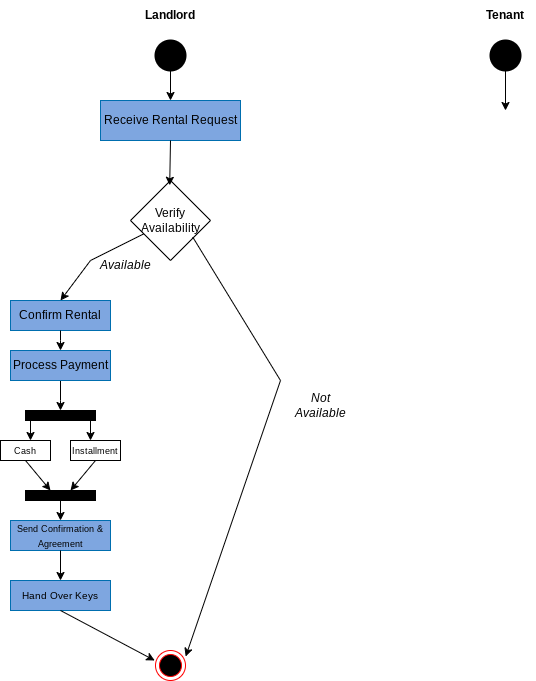
This is Untitled Diagram.drawio.png from ur1el0/CP105-Applications-Dev-Emerging-Techonology, a draw.io export, as it was before one commit. Source tidied: cells renumbered, new cells last; positions are measured from the earlier drawing's top-left corner, leaving out a move shared by most shapes.
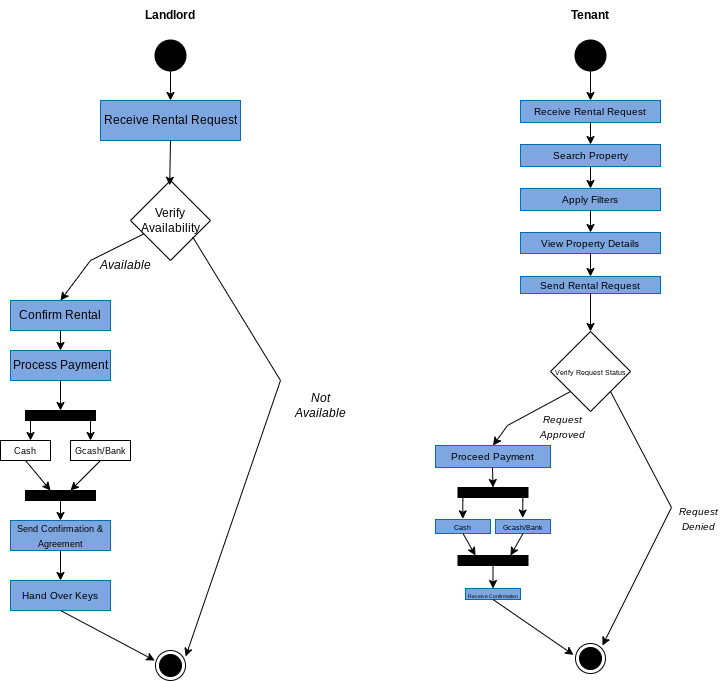
Above is the later version.

Commit message:
Activity Diagram

What changed in the source:
```diff
@@ -8,7 +8,7 @@
     <mxCell id="3" style="group;" parent="1" vertex="1">
       <mxGeometry y="40" width="280" height="640" as="geometry" />
     </mxCell>
-    <mxCell id="4" style="ellipse;html=1;shape=endState;fillColor=#000000;strokeColor=#ff0000;" parent="3" vertex="1">
+    <mxCell id="4" style="ellipse;html=1;shape=endState;fillColor=#000000;strokeColor=#000000;" parent="3" vertex="1">
       <mxGeometry x="155" y="610" width="30" height="30" as="geometry" />
     </mxCell>
     <mxCell id="5" style="strokeWidth=2;html=1;shape=mxgraph.flowchart.start_2;whiteSpace=wrap;fillColor=#000000;" parent="3" vertex="1">
@@ -75,8 +75,8 @@
     <mxCell id="18" value="&lt;font style=&quot;font-size: 9px;&quot;&gt;Cash&lt;/font&gt;" style="rounded=0;whiteSpace=wrap;html=1;" parent="3" vertex="1">
       <mxGeometry y="400" width="50" height="20" as="geometry" />
     </mxCell>
-    <mxCell id="19" value="&lt;font style=&quot;font-size: 9px;&quot;&gt;Installment&lt;/font&gt;" style="rounded=0;whiteSpace=wrap;html=1;" parent="3" vertex="1">
-      <mxGeometry x="70" y="400" width="50" height="20" as="geometry" />
+    <mxCell id="19" value="&lt;font style=&quot;font-size: 9px;&quot;&gt;Gcash/Bank&lt;/font&gt;" style="rounded=0;whiteSpace=wrap;html=1;" parent="3" vertex="1">
+      <mxGeometry x="70" y="400" width="60" height="20" as="geometry" />
     </mxCell>
     <mxCell id="20" style="edgeStyle=orthogonalEdgeStyle;rounded=0;orthogonalLoop=1;jettySize=auto;html=1;" parent="3" edge="1">
       <mxGeometry relative="1" as="geometry">
@@ -130,15 +130,119 @@
       <mxGeometry x="290" y="390" width="60" height="30" as="geometry" />
     </mxCell>
     <mxCell id="31" style="strokeWidth=2;html=1;shape=mxgraph.flowchart.start_2;whiteSpace=wrap;fillColor=#000000;" parent="1" vertex="1">
-      <mxGeometry x="490" y="40" width="30" height="30" as="geometry" />
+      <mxGeometry x="575" y="40" width="30" height="30" as="geometry" />
     </mxCell>
     <mxCell id="32" value="&lt;b&gt;Tenant&lt;/b&gt;" style="text;html=1;align=center;verticalAlign=middle;whiteSpace=wrap;rounded=0;" parent="1" vertex="1">
-      <mxGeometry x="475" width="60" height="30" as="geometry" />
+      <mxGeometry x="560" width="60" height="30" as="geometry" />
     </mxCell>
-    <mxCell id="33" style="endArrow=classic;html=1;rounded=0;exitX=0.5;exitY=1;exitDx=0;exitDy=0;exitPerimeter=0;" parent="1" edge="1" source="31">
-      <mxGeometry relative="1" as="geometry">
-        <mxPoint x="505" y="110" as="targetPoint" />
-      </mxGeometry>
+    <mxCell id="33" style="endArrow=classic;html=1;rounded=0;exitX=0.5;exitY=1;exitDx=0;exitDy=0;exitPerimeter=0;entryX=0.5;entryY=0;entryDx=0;entryDy=0;" parent="1" edge="1" source="31" target="34">
+      <mxGeometry relative="1" as="geometry" />
     </mxCell>
+    <mxCell id="34" value="&lt;font style=&quot;color: rgb(0, 0, 0); font-size: 10px;&quot;&gt;Receive Rental Request&lt;/font&gt;" style="rounded=0;whiteSpace=wrap;html=1;fillColor=#7EA6E0;fontColor=#ffffff;strokeColor=#006EAF;" parent="1" vertex="1">
+      <mxGeometry x="520" y="100" width="140" height="22" as="geometry" />
+    </mxCell>
+    <mxCell id="35" style="endArrow=classic;html=1;rounded=0;entryX=0.5;entryY=0;entryDx=0;entryDy=0;exitX=0.5;exitY=1;exitDx=0;exitDy=0;" parent="1" edge="1" source="34" target="37">
+      <mxGeometry relative="1" as="geometry" />
+    </mxCell>
+    <mxCell id="36" style="endArrow=classic;html=1;rounded=0;exitX=0.5;exitY=1;exitDx=0;exitDy=0;entryX=0.5;entryY=0;entryDx=0;entryDy=0;" parent="1" edge="1" source="37" target="38">
+      <mxGeometry relative="1" as="geometry" />
+    </mxCell>
+    <mxCell id="37" value="&lt;font style=&quot;color: rgb(0, 0, 0); font-size: 10px;&quot;&gt;Search Property&lt;/font&gt;" style="rounded=0;whiteSpace=wrap;html=1;fillColor=#7EA6E0;fontColor=#ffffff;strokeColor=#006EAF;" parent="1" vertex="1">
+      <mxGeometry x="520" y="144" width="140" height="22" as="geometry" />
+    </mxCell>
+    <mxCell id="38" value="&lt;font style=&quot;color: rgb(0, 0, 0); font-size: 10px;&quot;&gt;Apply Filters&lt;/font&gt;" style="rounded=0;whiteSpace=wrap;html=1;fillColor=#7EA6E0;fontColor=#ffffff;strokeColor=#006EAF;" parent="1" vertex="1">
+      <mxGeometry x="520" y="188" width="140" height="22" as="geometry" />
+    </mxCell>
+    <mxCell id="39" style="endArrow=classic;html=1;rounded=0;exitX=0.5;exitY=1;exitDx=0;exitDy=0;entryX=0.5;entryY=0;entryDx=0;entryDy=0;" parent="1" edge="1" source="38" target="40">
+      <mxGeometry relative="1" as="geometry" />
+    </mxCell>
+    <mxCell id="40" value="&lt;font style=&quot;color: rgb(0, 0, 0); font-size: 10px;&quot;&gt;View Property Details&lt;/font&gt;" style="rounded=0;whiteSpace=wrap;html=1;fillColor=#7EA6E0;fontColor=#ffffff;strokeColor=#006EAF;" parent="1" vertex="1">
+      <mxGeometry x="520" y="232" width="140" height="21" as="geometry" />
+    </mxCell>
+    <mxCell id="41" style="endArrow=classic;html=1;rounded=0;exitX=0.5;exitY=1;exitDx=0;exitDy=0;entryX=0.5;entryY=0;entryDx=0;entryDy=0;" parent="1" edge="1" source="40" target="42">
+      <mxGeometry relative="1" as="geometry" />
+    </mxCell>
+    <mxCell id="42" value="&lt;font style=&quot;color: rgb(0, 0, 0); font-size: 10px;&quot;&gt;Send Rental Request&lt;/font&gt;" style="rounded=0;whiteSpace=wrap;html=1;fillColor=#7EA6E0;fontColor=#ffffff;strokeColor=#006EAF;" parent="1" vertex="1">
+      <mxGeometry x="520" y="276" width="140" height="17" as="geometry" />
+    </mxCell>
+    <mxCell id="43" style="endArrow=classic;html=1;rounded=0;exitX=0.5;exitY=1;exitDx=0;exitDy=0;entryX=0.5;entryY=0;entryDx=0;entryDy=0;" parent="1" edge="1" source="42" target="44">
+      <mxGeometry relative="1" as="geometry" />
+    </mxCell>
+    <mxCell id="44" value="&lt;font style=&quot;font-size: 7px;&quot;&gt;Verify Request Status&lt;/font&gt;" style="rhombus;whiteSpace=wrap;html=1;" parent="1" vertex="1">
+      <mxGeometry x="550" y="331" width="80" height="80" as="geometry" />
+    </mxCell>
+    <mxCell id="45" style="endArrow=classic;html=1;rounded=0;exitX=0;exitY=1;exitDx=0;exitDy=0;entryX=0.5;entryY=0;entryDx=0;entryDy=0;" parent="1" edge="1" source="44" target="49">
+      <mxGeometry relative="1" as="geometry">
+        <Array as="points">
+          <mxPoint x="507" y="425" />
+        </Array>
+      </mxGeometry>
+    </mxCell>
+    <mxCell id="46" value="&lt;i&gt;&lt;font style=&quot;font-size: 10px;&quot;&gt;Request Denied&lt;/font&gt;&lt;/i&gt;" style="text;html=1;align=center;verticalAlign=middle;whiteSpace=wrap;rounded=0;" parent="1" vertex="1">
+      <mxGeometry x="671" y="503" width="55" height="30" as="geometry" />
+    </mxCell>
+    <mxCell id="47" style="ellipse;html=1;shape=endState;fillColor=#000000;strokeColor=#000000;" parent="1" vertex="1">
+      <mxGeometry x="575" y="643" width="30" height="30" as="geometry" />
+    </mxCell>
+    <mxCell id="48" style="endArrow=classic;html=1;rounded=0;exitX=1;exitY=1;exitDx=0;exitDy=0;entryX=0.898;entryY=0.068;entryDx=0;entryDy=0;entryPerimeter=0;" parent="1" edge="1" source="44" target="47">
+      <mxGeometry relative="1" as="geometry">
+        <Array as="points">
+          <mxPoint x="671" y="507" />
+        </Array>
+      </mxGeometry>
+    </mxCell>
+    <mxCell id="49" value="&lt;font style=&quot;color: rgb(0, 0, 0); font-size: 10px;&quot;&gt;Proceed Payment&lt;/font&gt;" style="rounded=0;whiteSpace=wrap;html=1;fillColor=#7EA6E0;fontColor=#ffffff;strokeColor=#006EAF;" parent="1" vertex="1">
+      <mxGeometry x="435" y="445" width="115" height="22" as="geometry" />
+    </mxCell>
+    <mxCell id="50" value="&lt;i&gt;&lt;font style=&quot;font-size: 10px;&quot;&gt;Request Approved&lt;/font&gt;&lt;/i&gt;" style="text;html=1;align=center;verticalAlign=middle;whiteSpace=wrap;rounded=0;" parent="1" vertex="1">
+      <mxGeometry x="520" y="411" width="85" height="30" as="geometry" />
+    </mxCell>
+    <mxCell id="51" style="endArrow=classic;html=1;rounded=0;entryX=0.5;entryY=0;entryDx=0;entryDy=0;" parent="1" edge="1" target="52">
+      <mxGeometry relative="1" as="geometry">
+        <mxPoint x="492" y="467" as="sourcePoint" />
+      </mxGeometry>
+    </mxCell>
+    <mxCell id="52" style="rounded=0;whiteSpace=wrap;html=1;fillColor=#000000;" parent="1" vertex="1">
+      <mxGeometry x="457.5" y="487" width="70" height="10" as="geometry" />
+    </mxCell>
+    <mxCell id="53" value="&lt;font color=&quot;#000000&quot;&gt;&lt;span style=&quot;font-size: 7px;&quot;&gt;Cash&lt;/span&gt;&lt;/font&gt;" style="rounded=0;whiteSpace=wrap;html=1;fillColor=#7EA6E0;fontColor=#ffffff;strokeColor=#006EAF;" parent="1" vertex="1">
+      <mxGeometry x="435" y="519" width="55" height="14" as="geometry" />
+    </mxCell>
+    <mxCell id="54" value="&lt;font color=&quot;#000000&quot;&gt;&lt;span style=&quot;font-size: 7px;&quot;&gt;Gcash/Bank&lt;/span&gt;&lt;/font&gt;" style="rounded=0;whiteSpace=wrap;html=1;fillColor=#7EA6E0;fontColor=#ffffff;strokeColor=#006EAF;" parent="1" vertex="1">
+      <mxGeometry x="495" y="519" width="55" height="14" as="geometry" />
+    </mxCell>
+    <mxCell id="55" style="endArrow=classic;html=1;rounded=0;entryX=0.397;entryY=-0.069;entryDx=0;entryDy=0;exitX=0.925;exitY=0.95;exitDx=0;exitDy=0;exitPerimeter=0;entryPerimeter=0;" parent="1" edge="1" source="52">
+      <mxGeometry relative="1" as="geometry">
+        <mxPoint x="522.2" y="517.5" as="targetPoint" />
+        <Array as="points">
+          <mxPoint x="522.3" y="500" />
+        </Array>
+      </mxGeometry>
+    </mxCell>
+    <mxCell id="56" style="rounded=0;whiteSpace=wrap;html=1;fillColor=#000000;" parent="1" vertex="1">
+      <mxGeometry x="457.5" y="555" width="70" height="10" as="geometry" />
+    </mxCell>
+    <mxCell id="57" style="endArrow=classic;html=1;rounded=0;exitX=0.5;exitY=1;exitDx=0;exitDy=0;entryX=0.75;entryY=0;entryDx=0;entryDy=0;" parent="1" edge="1" source="54" target="56">
+      <mxGeometry relative="1" as="geometry" />
+    </mxCell>
+    <mxCell id="58" style="endArrow=classic;html=1;rounded=0;exitX=0.5;exitY=1;exitDx=0;exitDy=0;entryX=0.25;entryY=0;entryDx=0;entryDy=0;" parent="1" edge="1" source="53" target="56">
+      <mxGeometry relative="1" as="geometry" />
+    </mxCell>
+    <mxCell id="59" style="endArrow=classic;html=1;rounded=0;entryX=0.496;entryY=-0.051;entryDx=0;entryDy=0;exitX=0.07;exitY=0.965;exitDx=0;exitDy=0;exitPerimeter=0;entryPerimeter=0;" parent="1" edge="1" source="52" target="53">
+      <mxGeometry relative="1" as="geometry">
+        <Array as="points">
+          <mxPoint x="462.3" y="500" />
+        </Array>
+      </mxGeometry>
+    </mxCell>
+    <mxCell id="60" style="endArrow=classic;html=1;rounded=0;exitX=0.5;exitY=1;exitDx=0;exitDy=0;entryX=0.5;entryY=0;entryDx=0;entryDy=0;" parent="1" edge="1" source="56" target="61">
+      <mxGeometry relative="1" as="geometry" />
+    </mxCell>
+    <mxCell id="61" value="&lt;font style=&quot;font-size: 5px;&quot; color=&quot;#000000&quot;&gt;Receive Confirmation&lt;/font&gt;" style="rounded=0;whiteSpace=wrap;html=1;fillColor=#7EA6E0;fontColor=#ffffff;strokeColor=#006EAF;" parent="1" vertex="1">
+      <mxGeometry x="465" y="588" width="55" height="11" as="geometry" />
+    </mxCell>
+    <mxCell id="62" style="endArrow=classic;html=1;rounded=0;exitX=0.5;exitY=1;exitDx=0;exitDy=0;entryX=-0.065;entryY=0.38;entryDx=0;entryDy=0;entryPerimeter=0;" parent="1" edge="1" source="61" target="47">
+      <mxGeometry relative="1" as="geometry" />
+    </mxCell>
   </root>
 </mxGraphModel>
```
